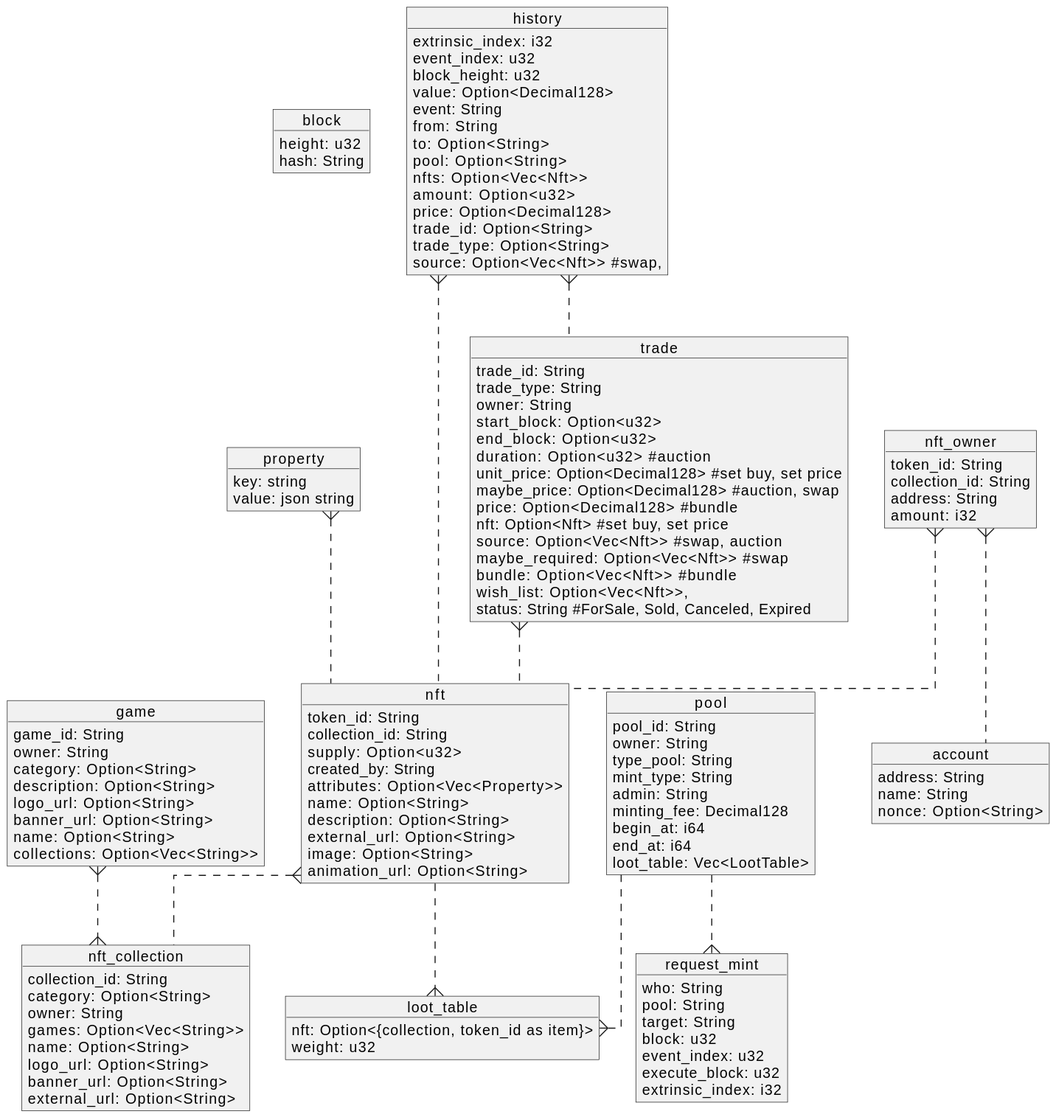
The PlantUML diagram img/db_schema_diagram.svg in grindytech/gafi-market-be, before a commit.
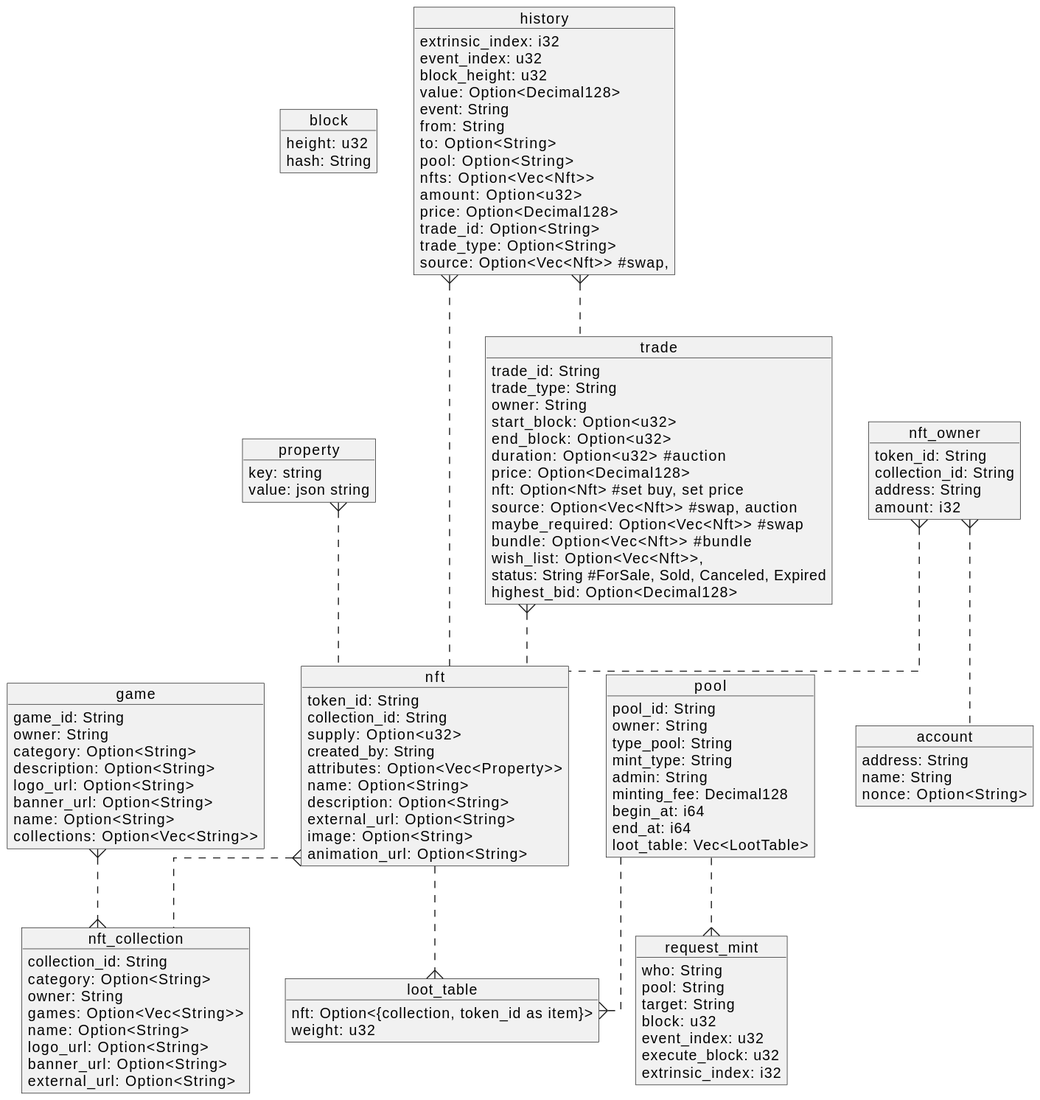
Later version of the same file.

Change to the diagram source:
```diff
@@ -84,9 +84,7 @@
 trade : end_block: Option<u32>
 trade : duration: Option<u32> #auction
 
-trade : unit_price: Option<Decimal128> #set buy, set price
-trade : maybe_price: Option<Decimal128> #auction, swap
-trade : price: Option<Decimal128> #bundle
+trade : price: Option<Decimal128>
 
 trade : nft: Option<Nft> #set buy, set price
 trade : source: Option<Vec<Nft>> #swap, auction
@@ -94,6 +92,7 @@
 trade : bundle: Option<Vec<Nft>> #bundle
 trade : wish_list: Option<Vec<Nft>>,
 trade : status: String #ForSale, Sold, Canceled, Expired
+trade : highest_bid: Option<Decimal128>
 
 object history
 history : extrinsic_index: i32
```
